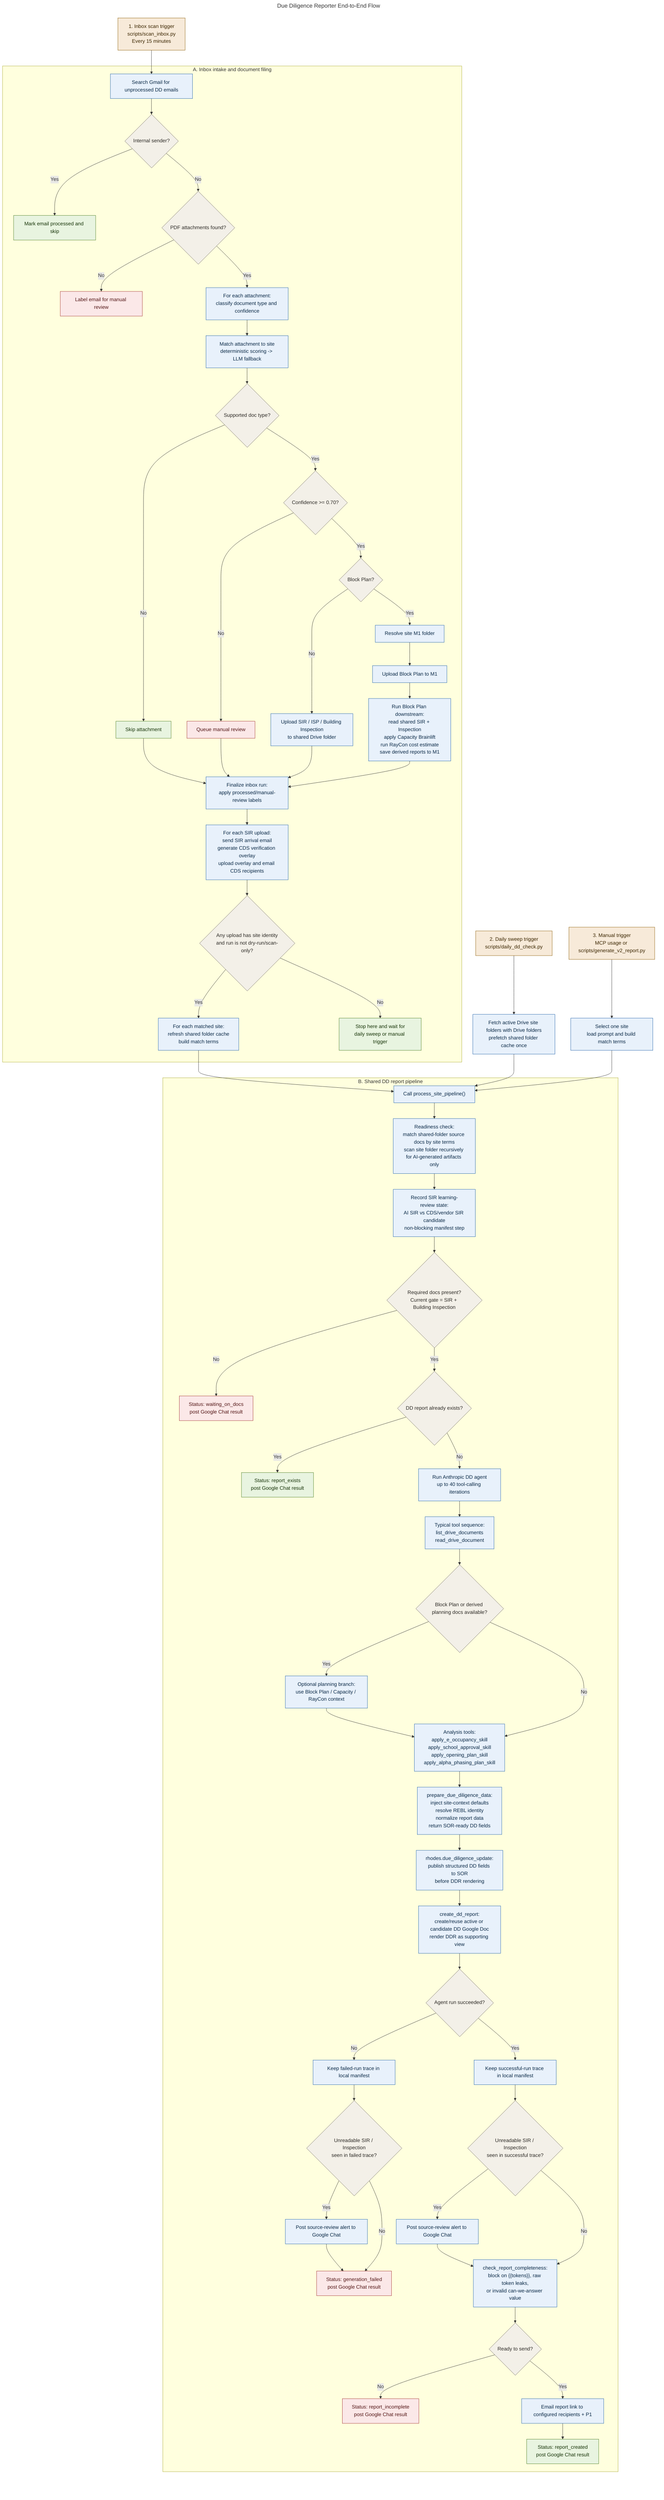
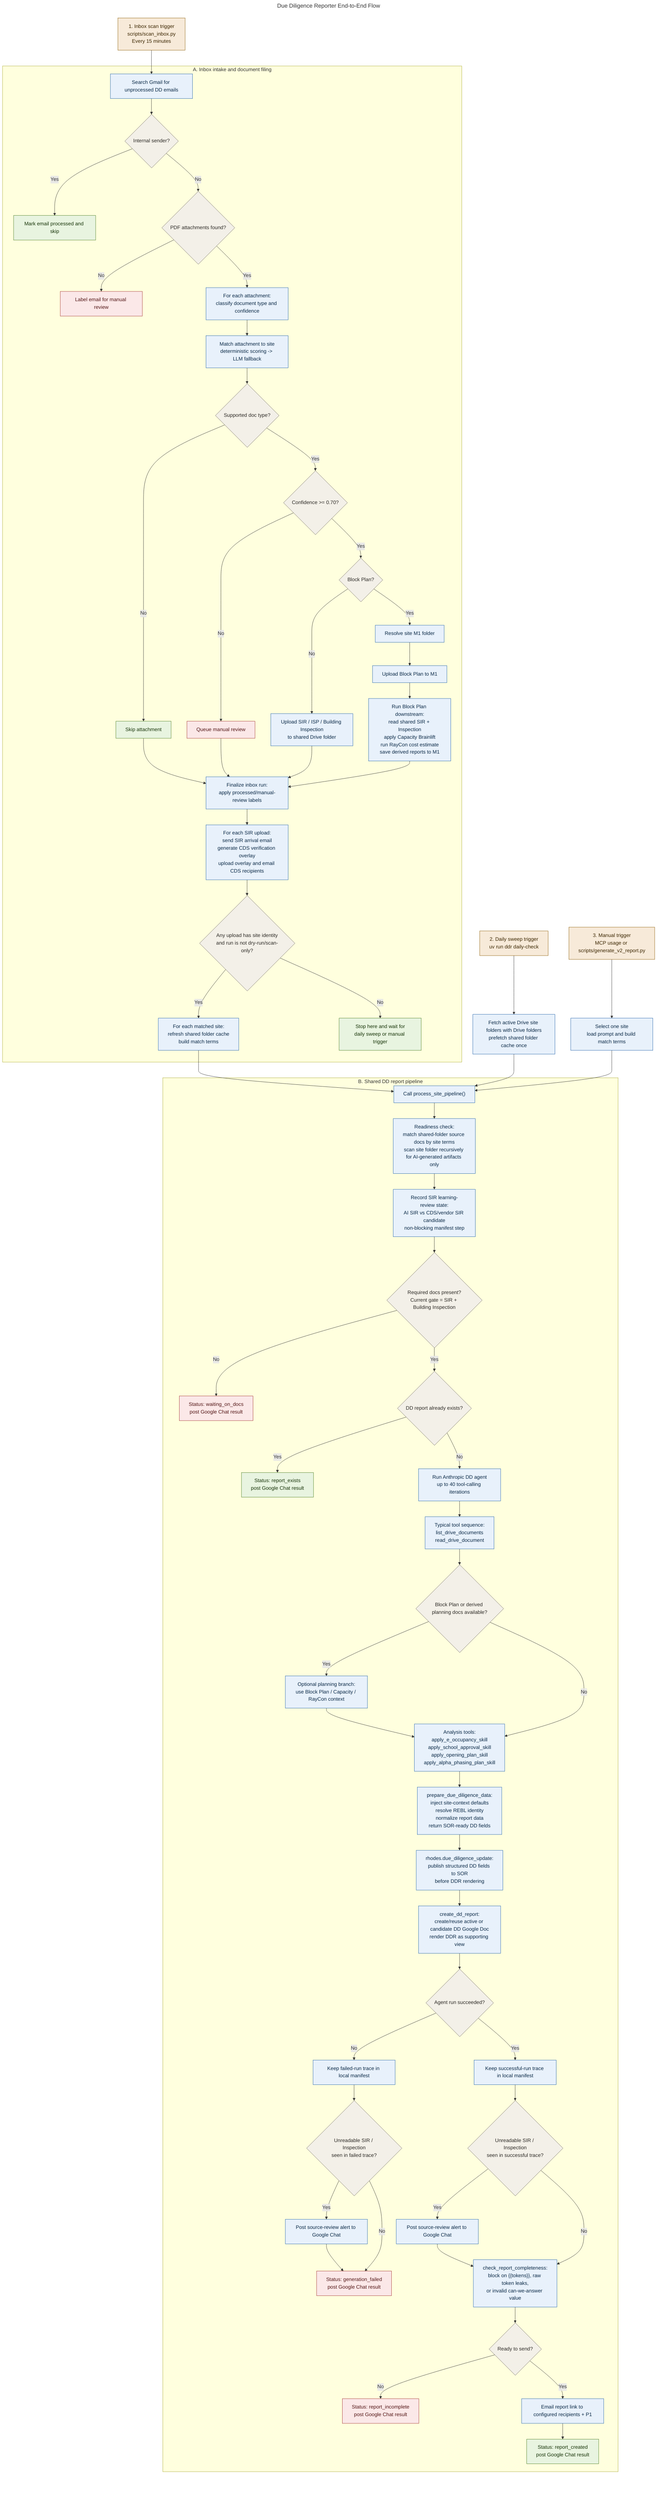
---
title: Due Diligence Reporter End-to-End Flow
---
flowchart TD
    A1["1. Inbox scan trigger<br/>scripts/scan_inbox.py<br/>Every 15 minutes"]
-     A2["2. Daily sweep trigger<br/>scripts/daily_dd_check.py"]
+     A2["2. Daily sweep trigger<br/>uv run ddr daily-check"]
    A3["3. Manual trigger<br/>MCP usage or scripts/generate_v2_report.py"]

    subgraph Intake["A. Inbox intake and document filing"]
        I1["Search Gmail for unprocessed DD emails"]
        I2{"Internal sender?"}
        I3["Mark email processed and skip"]
        I4{"PDF attachments found?"}
        I5["Label email for manual review"]
        I6["For each attachment:<br/>classify document type and confidence"]
        I7["Match attachment to site<br/>deterministic scoring -> LLM fallback"]
        I8{"Supported doc type?"}
        I9["Skip attachment"]
        I10{"Confidence >= 0.70?"}
        I11["Queue manual review"]
        I12{"Block Plan?"}
        I13["Upload SIR / ISP / Building Inspection<br/>to shared Drive folder"]
        I14["Resolve site M1 folder"]
        I15["Upload Block Plan to M1"]
        I16["Run Block Plan downstream:<br/>read shared SIR + Inspection<br/>apply Capacity Brainlift<br/>run RayCon cost estimate<br/>save derived reports to M1"]
        I17["Finalize inbox run:<br/>apply processed/manual-review labels"]
        I18["For each SIR upload:<br/>send SIR arrival email<br/>generate CDS verification overlay<br/>upload overlay and email CDS recipients"]
        I19{"Any upload has site identity<br/>and run is not dry-run/scan-only?"}
        I20["For each matched site:<br/>refresh shared folder cache<br/>build match terms"]
        I21["Stop here and wait for<br/>daily sweep or manual trigger"]
    end

    subgraph Pipeline["B. Shared DD report pipeline"]
        P0["Call process_site_pipeline()"]
        P1["Readiness check:<br/>match shared-folder source docs by site terms<br/>scan site folder recursively for AI-generated artifacts only"]
        P1A["Record SIR learning-review state:<br/>AI SIR vs CDS/vendor SIR candidate<br/>non-blocking manifest step"]
        P2{"Required docs present?<br/>Current gate = SIR + Building Inspection"}
        P3["Status: waiting_on_docs<br/>post Google Chat result"]
        P4{"DD report already exists?"}
        P5["Status: report_exists<br/>post Google Chat result"]
        P6["Run Anthropic DD agent<br/>up to 40 tool-calling iterations"]
        P7["Typical tool sequence:<br/>list_drive_documents<br/>read_drive_document"]
        P8{"Block Plan or derived planning docs available?"}
        P9["Optional planning branch:<br/>use Block Plan / Capacity / RayCon context"]
        P10["Analysis tools:<br/>apply_e_occupancy_skill<br/>apply_school_approval_skill<br/>apply_opening_plan_skill<br/>apply_alpha_phasing_plan_skill"]
        P11["prepare_due_diligence_data:<br/>inject site-context defaults<br/>resolve REBL identity<br/>normalize report data<br/>return SOR-ready DD fields"]
        P11A["rhodes.due_diligence_update:<br/>publish structured DD fields to SOR<br/>before DDR rendering"]
        P11B["create_dd_report:<br/>create/reuse active or candidate DD Google Doc<br/>render DDR as supporting view"]
        P12{"Agent run succeeded?"}
        P13["Keep failed-run trace in local manifest"]
        P14{"Unreadable SIR / Inspection<br/>seen in failed trace?"}
        P15["Post source-review alert to Google Chat"]
        P16["Status: generation_failed<br/>post Google Chat result"]
        P17["Keep successful-run trace in local manifest"]
        P18{"Unreadable SIR / Inspection<br/>seen in successful trace?"}
        P19["Post source-review alert to Google Chat"]
        P20["check_report_completeness:<br/>block on {{tokens}}, raw token leaks,<br/>or invalid can-we-answer value"]
        P21{"Ready to send?"}
        P22["Status: report_incomplete<br/>post Google Chat result"]
        P23["Email report link to configured recipients + P1"]
        P24["Status: report_created<br/>post Google Chat result"]
    end

    A1 --> I1
    I1 --> I2
    I2 -- Yes --> I3
    I2 -- No --> I4
    I4 -- No --> I5
    I4 -- Yes --> I6
    I6 --> I7
    I7 --> I8
    I8 -- No --> I9
    I8 -- Yes --> I10
    I10 -- No --> I11
    I10 -- Yes --> I12
    I12 -- No --> I13
    I12 -- Yes --> I14
    I14 --> I15 --> I16
    I9 --> I17
    I11 --> I17
    I13 --> I17
    I16 --> I17
    I17 --> I18 --> I19
    I19 -- Yes --> I20 --> P0
    I19 -- No --> I21

    A2 --> D1["Fetch active Drive site folders with Drive folders<br/>prefetch shared folder cache once"]
    D1 --> P0

    A3 --> D2["Select one site<br/>load prompt and build match terms"]
    D2 --> P0

    P0 --> P1 --> P1A --> P2
    P2 -- No --> P3
    P2 -- Yes --> P4
    P4 -- Yes --> P5
    P4 -- No --> P6
    P6 --> P7 --> P8
    P8 -- Yes --> P9 --> P10
    P8 -- No --> P10
    P10 --> P11 --> P11A --> P11B --> P12
    P12 -- No --> P13 --> P14
    P14 -- Yes --> P15 --> P16
    P14 -- No --> P16
    P12 -- Yes --> P17 --> P18
    P18 -- Yes --> P19 --> P20
    P18 -- No --> P20
    P20 --> P21
    P21 -- No --> P22
    P21 -- Yes --> P23 --> P24

    classDef trigger fill:#f7ead9,stroke:#8a5a00,color:#3b2600;
    classDef process fill:#e8f1fb,stroke:#1d5fa7,color:#0a2946;
    classDef decision fill:#f3f0e8,stroke:#6b655d,color:#2d2a26;
    classDef output fill:#e8f4e0,stroke:#467a1f,color:#173408;
    classDef alert fill:#fbe8e8,stroke:#a02d2d,color:#531616;

    class A1,A2,A3 trigger;
    class I1,I6,I7,I13,I14,I15,I16,I17,I18,I20,D1,D2,P0,P1,P1A,P6,P7,P9,P10,P11,P11A,P11B,P13,P15,P17,P19,P20,P23 process;
    class I2,I4,I8,I10,I12,I19,P2,P4,P8,P12,P14,P18,P21 decision;
    class I3,I9,I21,P5,P24 output;
    class I5,I11,P3,P16,P22 alert;
